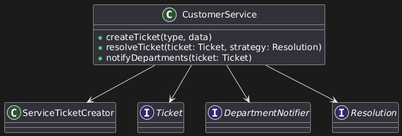
Above: img/facade.png in DilanUni/design-patterns-Ing (PlantUML), before the change. Its diagram source:
```plantuml
@startuml
class CustomerService {
    +createTicket(type, data)
    +resolveTicket(ticket: Ticket, strategy: Resolution)
    +notifyDepartments(ticket: Ticket)
}

class ServiceTicketCreator
interface Ticket
interface DepartmentNotifier
interface Resolution

CustomerService --> ServiceTicketCreator
CustomerService --> Ticket
CustomerService --> DepartmentNotifier
CustomerService --> Resolution
@enduml
```
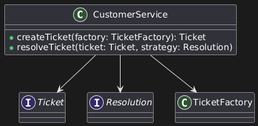
Later version of the same file.

What changed in the source:
```diff
@@ -1,17 +1,13 @@
 @startuml
 class CustomerService {
-    +createTicket(type, data)
+    +createTicket(factory: TicketFactory): Ticket
     +resolveTicket(ticket: Ticket, strategy: Resolution)
-    +notifyDepartments(ticket: Ticket)
 }
 
-class ServiceTicketCreator
 interface Ticket
-interface DepartmentNotifier
 interface Resolution
 
-CustomerService --> ServiceTicketCreator
 CustomerService --> Ticket
-CustomerService --> DepartmentNotifier
 CustomerService --> Resolution
+CustomerService --> TicketFactory
 @enduml
```
